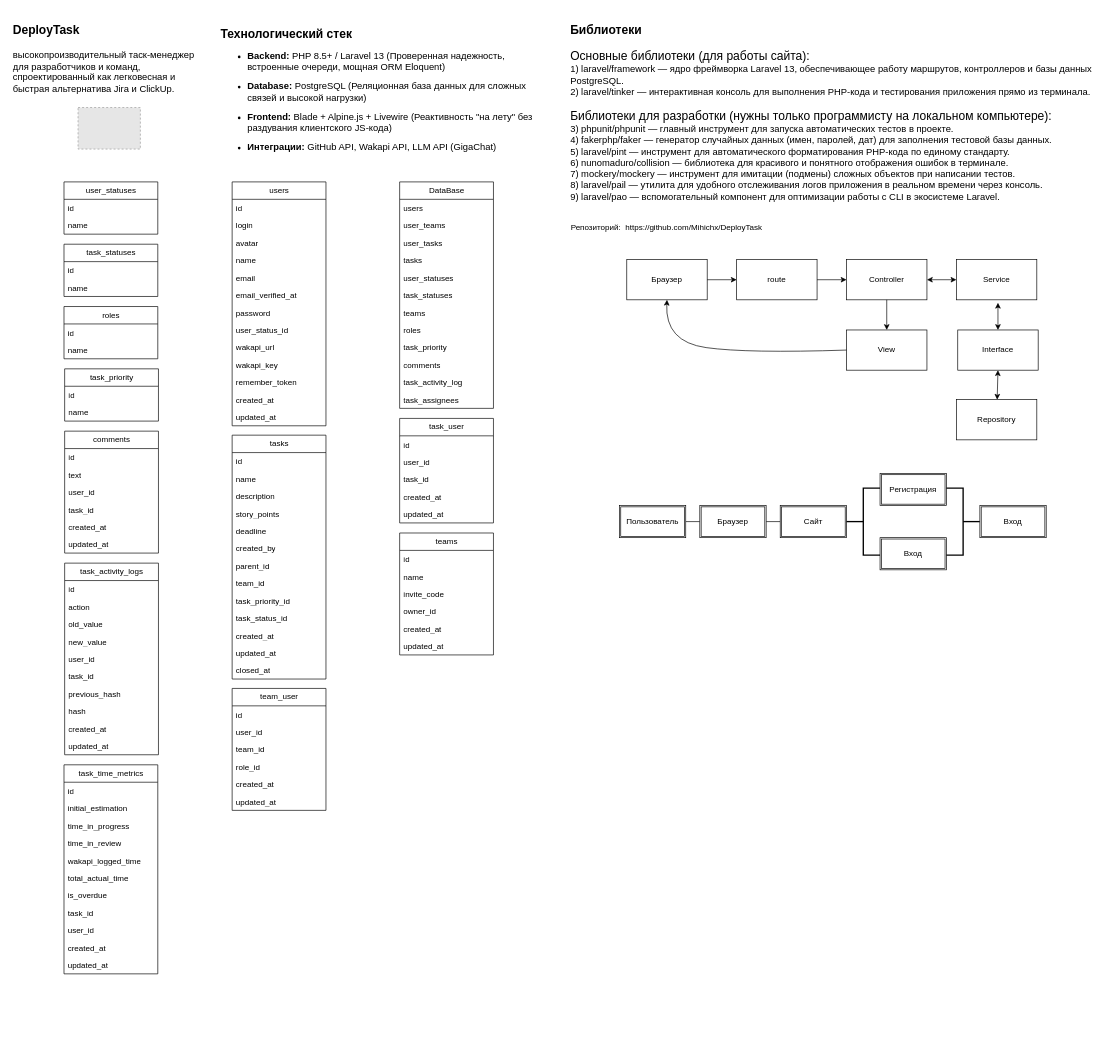
The draw.io diagram DeployTask.drawio in Mihichx/DeployTask, before the edit. Source tidied: cells renumbered, new cells numbered last; positions are measured from the earlier drawing's top-left corner, leaving out a move shared by most shapes. Both pictures are drawn from the tidied source at 67%, with x=0, y=0 at pixel (11, 15). Pictures stored in the file or linked from it are replaced by grey dashed boxes.
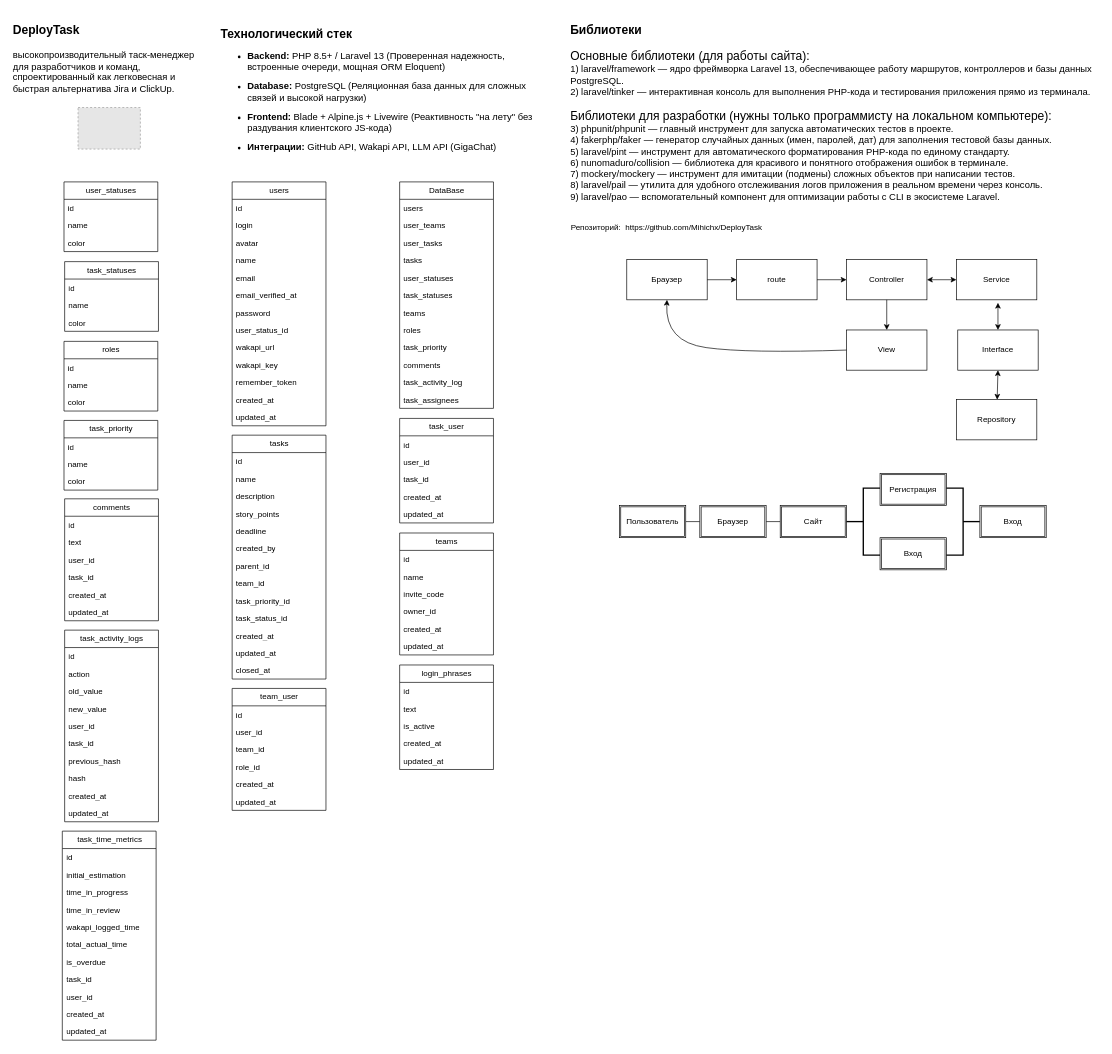
The same diagram, later.

What changed in the source:
```diff
@@
     <mxCell id="45" value="roles" style="swimlane;fontStyle=0;horizontal=1;startSize=26;fillColor=none;html=1;" parent="1" vertex="1">
-      <mxGeometry x="78" y="435" width="140" height="78" as="geometry" />
+      <mxGeometry x="78" y="487" width="140" height="104" as="geometry" />
     </mxCell>
@@
+    <mxCell id="141" value="color" style="text;strokeColor=none;fillColor=none;align=left;verticalAlign=top;spacingLeft=4;spacingRight=4;overflow=hidden;whiteSpace=wrap;html=1;" parent="45" vertex="1">
+      <mxGeometry y="78" width="140" height="26" as="geometry" />
+    </mxCell>
     <mxCell id="48" value="user_statuses" style="swimlane;fontStyle=0;horizontal=1;startSize=26;fillColor=none;html=1;" parent="1" vertex="1">
-      <mxGeometry x="78" y="249" width="140" height="78" as="geometry" />
+      <mxGeometry x="78" y="249" width="140" height="104" as="geometry" />
     </mxCell>
@@
+    <mxCell id="142" value="color" style="text;strokeColor=none;fillColor=none;align=left;verticalAlign=top;spacingLeft=4;spacingRight=4;overflow=hidden;whiteSpace=wrap;html=1;" parent="48" vertex="1">
+      <mxGeometry y="78" width="140" height="26" as="geometry" />
+    </mxCell>
@@
     <mxCell id="92" value="task_statuses" style="swimlane;fontStyle=0;horizontal=1;startSize=26;fillColor=none;html=1;" parent="1" vertex="1">
-      <mxGeometry x="78" y="342" width="140" height="78" as="geometry" />
+      <mxGeometry x="79" y="368" width="140" height="104" as="geometry" />
     </mxCell>
@@
+    <mxCell id="143" value="color" style="text;strokeColor=none;fillColor=none;align=left;verticalAlign=top;spacingLeft=4;spacingRight=4;overflow=hidden;whiteSpace=wrap;html=1;" parent="92" vertex="1">
+      <mxGeometry y="78" width="140" height="26" as="geometry" />
+    </mxCell>
@@
     <mxCell id="96" value="&lt;span style=&quot;text-align: left; white-space: normal;&quot;&gt;task_priority&lt;/span&gt;" style="swimlane;fontStyle=0;horizontal=1;startSize=26;fillColor=none;html=1;" parent="1" vertex="1">
-      <mxGeometry x="79" y="528" width="140" height="78" as="geometry" />
+      <mxGeometry x="78" y="605" width="140" height="104" as="geometry" />
     </mxCell>
@@
+    <mxCell id="144" value="color" style="text;strokeColor=none;fillColor=none;align=left;verticalAlign=top;spacingLeft=4;spacingRight=4;overflow=hidden;whiteSpace=wrap;html=1;" parent="96" vertex="1">
+      <mxGeometry y="78" width="140" height="26" as="geometry" />
+    </mxCell>
     <mxCell id="99" value="comments" style="swimlane;fontStyle=0;horizontal=1;startSize=26;fillColor=none;html=1;" parent="1" vertex="1">
-      <mxGeometry x="79" y="621" width="140" height="182" as="geometry" />
+      <mxGeometry x="79" y="722" width="140" height="182" as="geometry" />
     </mxCell>
@@
     <mxCell id="106" value="task_activity_logs" style="swimlane;fontStyle=0;horizontal=1;startSize=26;fillColor=none;html=1;" parent="1" vertex="1">
-      <mxGeometry x="79" y="818" width="140" height="286" as="geometry" />
+      <mxGeometry x="79" y="918" width="140" height="286" as="geometry" />
     </mxCell>
@@
     <mxCell id="127" value="task_time_metrics" style="swimlane;fontStyle=0;horizontal=1;startSize=26;fillColor=none;html=1;" parent="1" vertex="1">
-      <mxGeometry x="78" y="1119" width="140" height="312" as="geometry" />
+      <mxGeometry x="75.5" y="1218" width="140" height="312" as="geometry" />
     </mxCell>
@@
+    <mxCell id="145" value="login_phrases" style="swimlane;fontStyle=0;horizontal=1;startSize=26;fillColor=none;html=1;" parent="1" vertex="1">
+      <mxGeometry x="579" y="970" width="140" height="156" as="geometry" />
+    </mxCell>
+    <mxCell id="146" value="id" style="text;strokeColor=none;fillColor=none;align=left;verticalAlign=top;spacingLeft=4;spacingRight=4;overflow=hidden;whiteSpace=wrap;html=1;" parent="145" vertex="1">
+      <mxGeometry y="26" width="140" height="26" as="geometry" />
+    </mxCell>
+    <mxCell id="147" value="text" style="text;strokeColor=none;fillColor=none;align=left;verticalAlign=top;spacingLeft=4;spacingRight=4;overflow=hidden;whiteSpace=wrap;html=1;" parent="145" vertex="1">
+      <mxGeometry y="52" width="140" height="26" as="geometry" />
+    </mxCell>
+    <mxCell id="148" value="is_active" style="text;strokeColor=none;fillColor=none;align=left;verticalAlign=top;spacingLeft=4;spacingRight=4;overflow=hidden;whiteSpace=wrap;html=1;" parent="145" vertex="1">
+      <mxGeometry y="78" width="140" height="26" as="geometry" />
+    </mxCell>
+    <mxCell id="149" value="created_at" style="text;strokeColor=none;fillColor=none;align=left;verticalAlign=top;spacingLeft=4;spacingRight=4;overflow=hidden;whiteSpace=wrap;html=1;" parent="145" vertex="1">
+      <mxGeometry y="104" width="140" height="26" as="geometry" />
+    </mxCell>
+    <mxCell id="150" value="updated_at" style="text;strokeColor=none;fillColor=none;align=left;verticalAlign=top;spacingLeft=4;spacingRight=4;overflow=hidden;whiteSpace=wrap;html=1;" parent="145" vertex="1">
+      <mxGeometry y="130" width="140" height="26" as="geometry" />
+    </mxCell>
```
